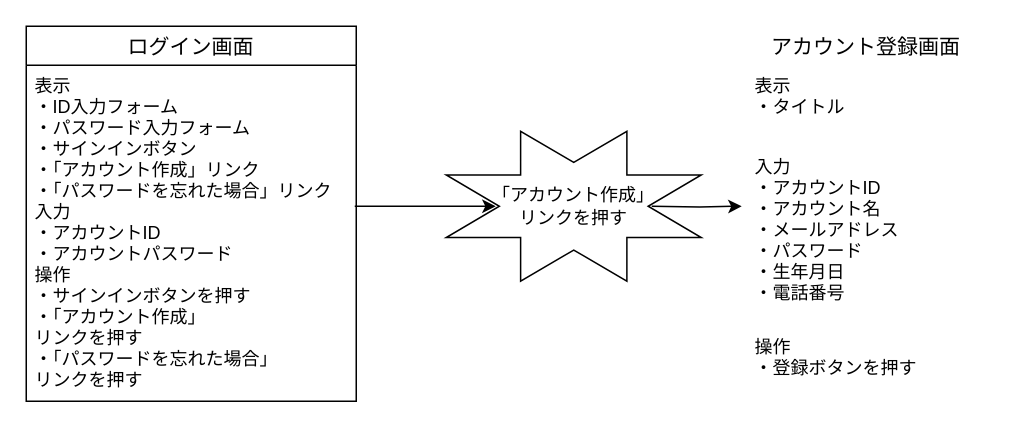
Earlier version of the draw.io diagram 画面遷移図/ログイン画面から登録画面.drawio (Ryusei44237/sotuken). Source tidied: cells renumbered, new cells numbered last; positions are measured from the earlier drawing's top-left corner, leaving out a move shared by most shapes. Both pictures are drawn from the tidied source at 150%, with x=0, y=0 at pixel (26, 26).
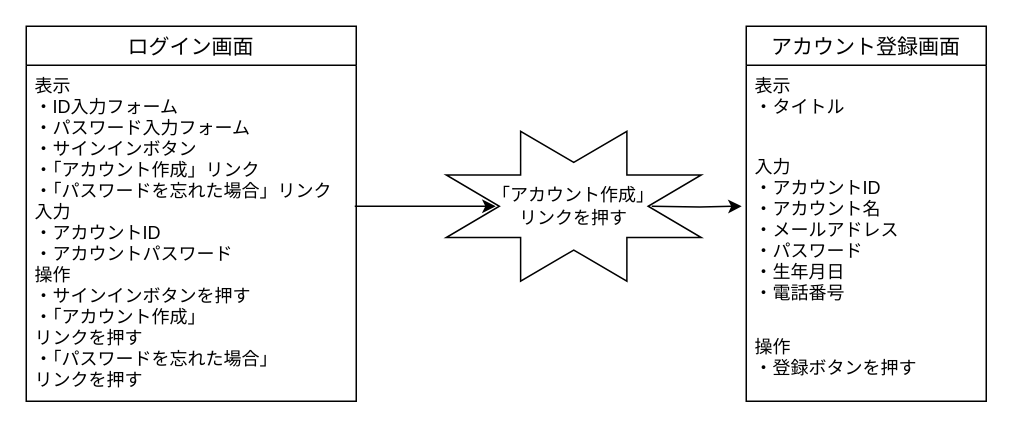
After the change.

Diff of the diagram source:
```diff
@@
 <mxGraphModel>
   <root>
     <mxCell id="0" />
     <mxCell id="1" parent="0" />
     <mxCell id="2" value="ログイン画面" style="swimlane;fontStyle=0;horizontal=1;startSize=26;align=center;fontSize=14;" parent="1" vertex="1">
       <mxGeometry width="220" height="250" as="geometry" />
     </mxCell>
     <mxCell id="3" value="表示&#10;・ID入力フォーム&#10;・パスワード入力フォーム&#10;・サインインボタン&#10;・「アカウント作成」リンク&#10;・「パスワードを忘れた場合」リンク&#10;入力&#10;・アカウントID&#10;・アカウントパスワード&#10;操作&#10;・サインインボタンを押す&#10;・「アカウント作成」&#10;リンクを押す&#10;・「パスワードを忘れた場合」&#10;リンクを押す" style="text;strokeColor=none;fillColor=none;spacingLeft=4;spacingRight=4;overflow=hidden;fontSize=12;" parent="2" vertex="1">
       <mxGeometry y="26" width="220" height="224" as="geometry" />
     </mxCell>
     <mxCell id="4" style="endArrow=classic;html=1;entryX=0.194;entryY=0.5;entryDx=0;entryDy=0;entryPerimeter=0;" parent="1" edge="1" target="6">
       <mxGeometry relative="1" as="geometry">
         <mxPoint x="219" y="120" as="sourcePoint" />
       </mxGeometry>
     </mxCell>
     <mxCell id="5" style="edgeStyle=orthogonalEdgeStyle;rounded=0;jettySize=auto;html=1;entryX=-0.019;entryY=0.333;entryDx=0;entryDy=0;entryPerimeter=0;" parent="1" edge="1" target="10">
       <mxGeometry relative="1" as="geometry">
         <mxPoint x="417" y="120" as="sourcePoint" />
       </mxGeometry>
     </mxCell>
     <mxCell id="6" style="verticalLabelPosition=bottom;verticalAlign=top;html=1;shape=mxgraph.basic.8_point_star;" parent="1" vertex="1">
       <mxGeometry x="280" y="70" width="170" height="100" as="geometry" />
     </mxCell>
     <mxCell id="7" value="「アカウント作成」リンクを押す" style="text;html=1;strokeColor=none;fillColor=none;align=center;verticalAlign=middle;whiteSpace=wrap;rounded=0;" parent="1" vertex="1">
       <mxGeometry x="310" y="110" width="110" height="20" as="geometry" />
     </mxCell>
-    <mxCell id="8" value="アカウント登録画面" style="swimlane;fontStyle=0;horizontal=1;startSize=26;align=center;fontSize=14;strokeWidth=1;strokeColor=#FFFFFF;" parent="1" vertex="1">
+    <mxCell id="8" value="アカウント登録画面" style="swimlane;fontStyle=0;horizontal=1;startSize=26;align=center;fontSize=14;strokeWidth=1;" parent="1" vertex="1">
       <mxGeometry x="480" width="160" height="250" as="geometry" />
     </mxCell>
     <mxCell id="9" value="表示&#10;・タイトル&#10;" style="text;strokeColor=none;fillColor=none;spacingLeft=4;spacingRight=4;overflow=hidden;fontSize=12;" parent="8" vertex="1">
       <mxGeometry y="26" width="160" height="54" as="geometry" />
     </mxCell>
     <mxCell id="10" value="入力&#10;・アカウントID&#10;・アカウント名&#10;・メールアドレス&#10;・パスワード&#10;・生年月日&#10;・電話番号&#10;&#10;" style="text;strokeColor=none;fillColor=none;spacingLeft=4;spacingRight=4;overflow=hidden;points=[[0,0.5],[1,0.5]];portConstraint=eastwest;fontSize=12;" parent="8" vertex="1">
       <mxGeometry y="80" width="160" height="120" as="geometry" />
     </mxCell>
     <mxCell id="11" value="操作&#10;・登録ボタンを押す&#10;" style="text;strokeColor=none;fillColor=none;spacingLeft=4;spacingRight=4;overflow=hidden;fontSize=12;" parent="8" vertex="1">
       <mxGeometry y="200" width="160" height="50" as="geometry" />
     </mxCell>
   </root>
 </mxGraphModel>
```
